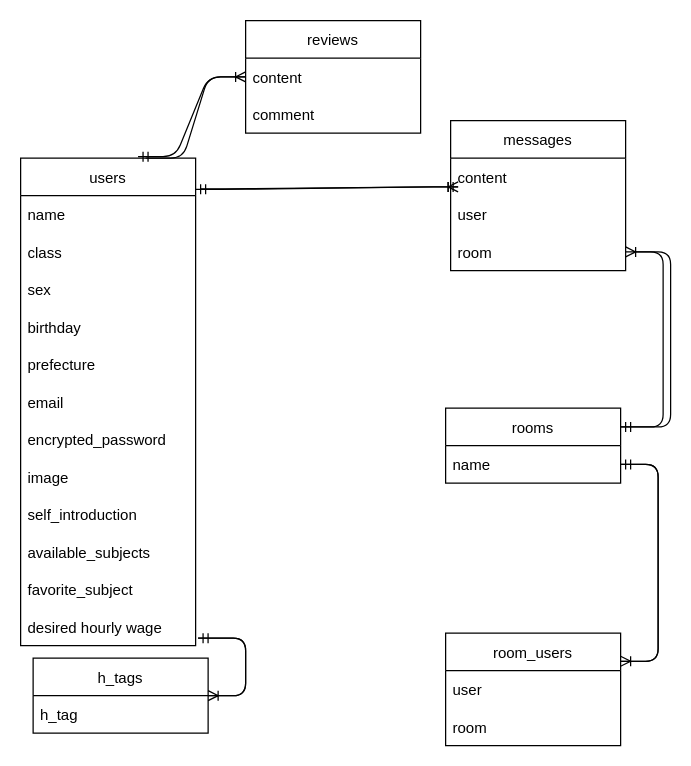
Earlier version of the draw.io diagram ER.dio (kazukiti123/Edupace). Source tidied: cells renumbered, new cells numbered last; positions are measured from the earlier drawing's top-left corner, leaving out a move shared by most shapes. Both pictures are drawn from the tidied source at 125%, with x=0, y=0 at pixel (20, 20).
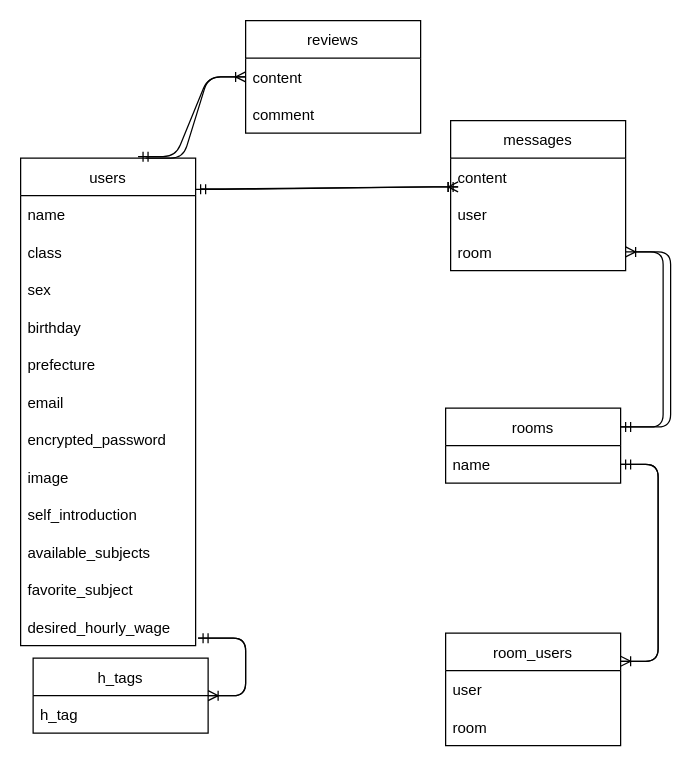
After the change.

Commit message (it also covers changes not shown here):
ER図とREADMEの修正

Unchanged cells that the change refers to:
```xml
<mxCell id="2" value="users" style="swimlane;fontStyle=0;horizontal=1;startSize=30;" parent="1" vertex="1">
  <mxGeometry y="110" width="140" height="390" as="geometry" />
</mxCell>
```

Change to the diagram source:
```diff
@@
-    <mxCell id="14" value="desired hourly wage" style="text;strokeColor=none;fillColor=none;align=left;verticalAlign=middle;spacingLeft=4;spacingRight=4;overflow=hidden;points=[[0,0.5],[1,0.5]];portConstraint=eastwest;" parent="2" vertex="1">
+    <mxCell id="14" value="desired_hourly_wage" style="text;strokeColor=none;fillColor=none;align=left;verticalAlign=middle;spacingLeft=4;spacingRight=4;overflow=hidden;points=[[0,0.5],[1,0.5]];portConstraint=eastwest;" parent="2" vertex="1">
       <mxGeometry y="360" width="140" height="30" as="geometry" />
     </mxCell>
```
